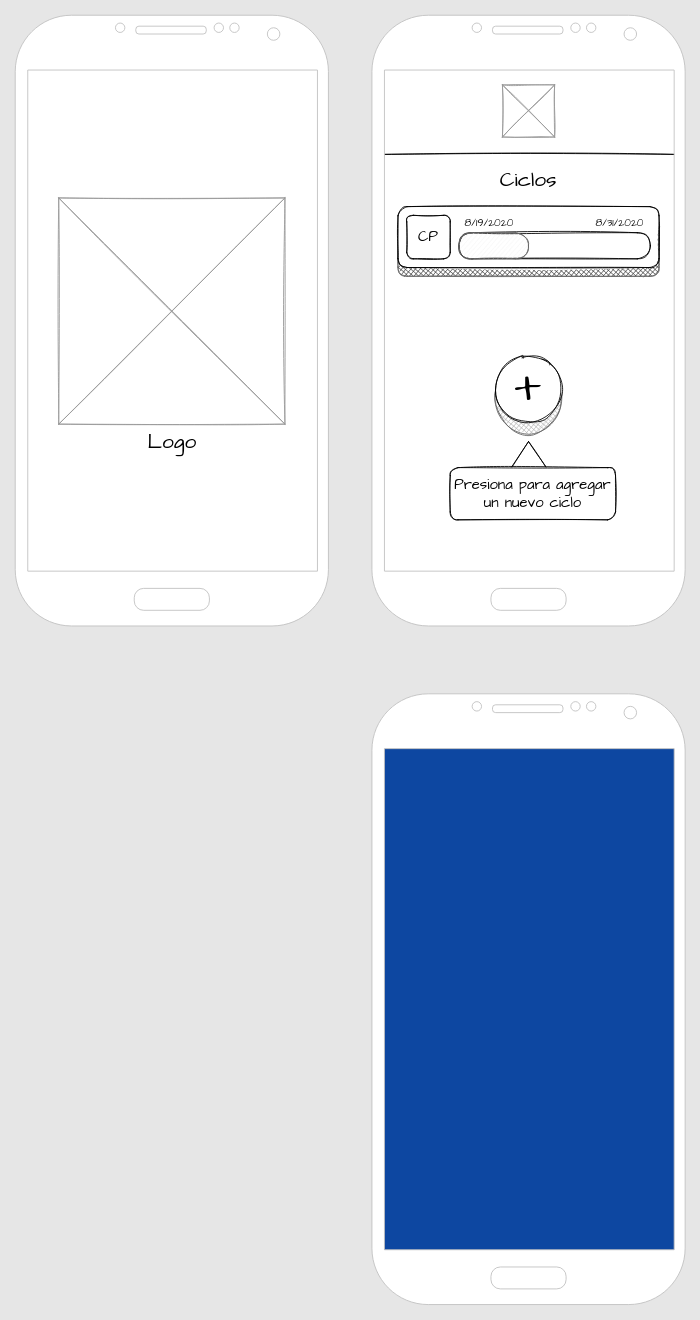
GoldenCodeRam/Hantel keeps this draw.io diagram as graphics/mockups.drawio. Above is the earlier version. Source tidied: cells renumbered, new cells numbered last; positions are measured from the earlier drawing's top-left corner, leaving out a move shared by most shapes. Both pictures are drawn from the tidied source at 87%, with x=0, y=0 at pixel (15, 15).
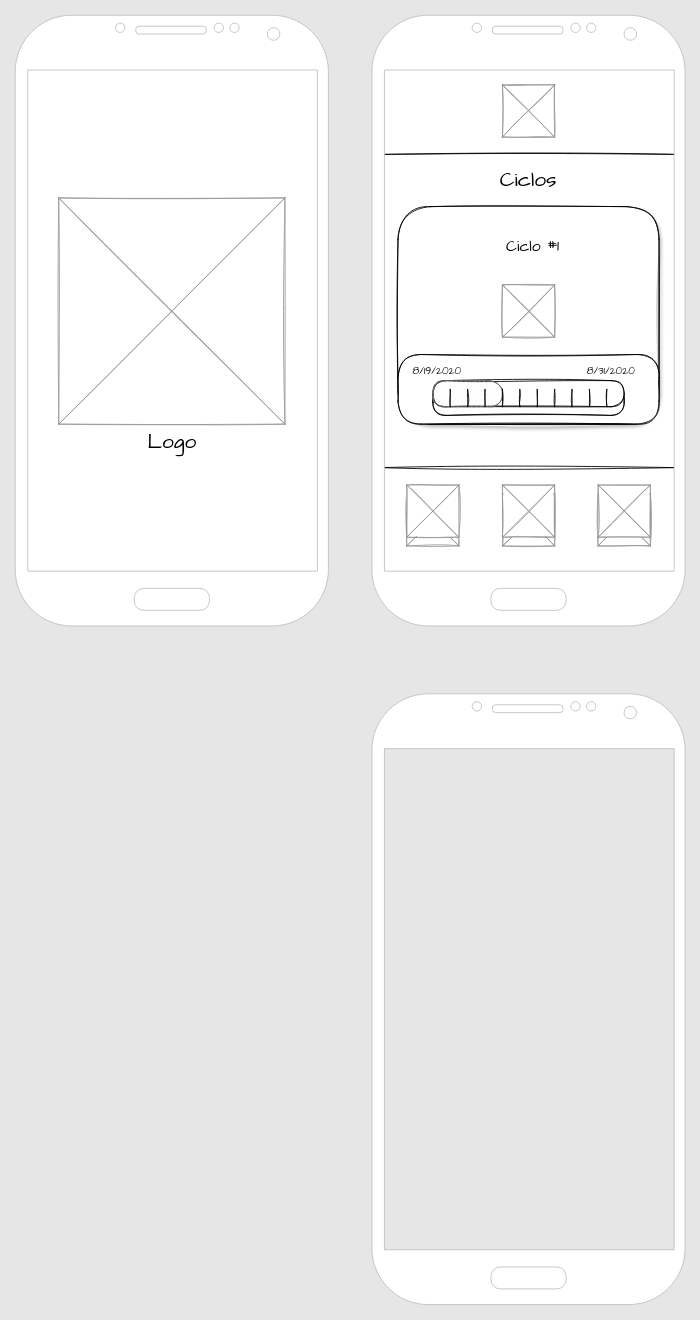
The same page after the edit.

What changed in the source:
```diff
@@
-    <mxCell id="3" style="rounded=1;whiteSpace=wrap;html=1;shadow=0;sketch=1;fontFamily=Comic Sans MS;fontSize=17;fontColor=#333333;strokeColor=#666666;fillColor=#333333;fillStyle=cross-hatch;" parent="1" vertex="1">
-      <mxGeometry x="440" y="230" width="300" height="70" as="geometry" />
-    </mxCell>
+    <mxCell id="14" style="rounded=1;whiteSpace=wrap;html=1;shadow=1;sketch=1;strokeColor=#000000;fontFamily=Comic Sans MS;fontSize=17;fillStyle=solid;" parent="1" vertex="1">
+      <mxGeometry x="440" y="220" width="300" height="250" as="geometry" />
+    </mxCell>
+    <mxCell id="24" style="rounded=1;whiteSpace=wrap;html=1;shadow=0;fillColor=#ffffff;gradientColor=none;sketch=1;arcSize=33;" parent="1" vertex="1">
+      <mxGeometry x="440" y="390" width="300" height="80" as="geometry" />
+    </mxCell>
+    <mxCell id="25" style="rounded=1;whiteSpace=wrap;html=1;shadow=0;sketch=1;strokeColor=#000000;fillColor=#ffffff;fontFamily=Comic Sans MS;fontSize=17;arcSize=50;" parent="1" vertex="1">
+      <mxGeometry x="480" y="430" width="220" height="30" as="geometry" />
+    </mxCell>
@@
-    <mxCell id="5" style="rounded=0;whiteSpace=wrap;html=1;strokeColor=none;fillColor=#0d47a1;" parent="1" vertex="1">
-      <mxGeometry x="420" y="840" width="340" height="580" as="geometry" />
-    </mxCell>
@@
-    <mxCell id="10" style="ellipse;whiteSpace=wrap;html=1;shadow=0;sketch=1;fontFamily=Comic Sans MS;fontSize=60;spacingBottom=7;strokeColor=#666666;fontColor=#333333;fillStyle=cross-hatch;fillColor=#B3B3B3;" parent="1" vertex="1">
-      <mxGeometry x="550" y="400" width="80" height="80" as="geometry" />
-    </mxCell>
-    <mxCell id="11" value="+" style="ellipse;whiteSpace=wrap;html=1;shadow=0;sketch=1;strokeColor=#000000;fontFamily=Comic Sans MS;fontSize=60;spacingBottom=7;fillStyle=solid;" parent="1" vertex="1">
-      <mxGeometry x="550" y="390" width="80" height="80" as="geometry" />
-    </mxCell>
-    <mxCell id="12" style="triangle;whiteSpace=wrap;html=1;shadow=0;sketch=1;strokeColor=#000000;fillColor=none;fontFamily=Comic Sans MS;fontSize=60;rotation=-90;" parent="1" vertex="1">
-      <mxGeometry x="560" y="480" width="60" height="80" as="geometry" />
-    </mxCell>
-    <mxCell id="13" value="Presiona para agregar un nuevo ciclo" style="rounded=1;whiteSpace=wrap;html=1;shadow=0;sketch=1;strokeColor=#000000;fillColor=#ffffff;fontFamily=Comic Sans MS;fontSize=17;" parent="1" vertex="1">
-      <mxGeometry x="500" y="520" width="190" height="60" as="geometry" />
-    </mxCell>
-    <mxCell id="14" style="rounded=1;whiteSpace=wrap;html=1;shadow=0;sketch=1;strokeColor=#000000;fillColor=#ffffff;fontFamily=Comic Sans MS;fontSize=17;" parent="1" vertex="1">
-      <mxGeometry x="440" y="220" width="300" height="70" as="geometry" />
-    </mxCell>
     <mxCell id="15" style="rounded=1;whiteSpace=wrap;html=1;shadow=0;sketch=1;strokeColor=#000000;fillColor=#ffffff;fontFamily=Comic Sans MS;fontSize=17;arcSize=50;" parent="1" vertex="1">
-      <mxGeometry x="510" y="250" width="220" height="30" as="geometry" />
+      <mxGeometry x="480" y="420" width="220" height="30" as="geometry" />
     </mxCell>
-    <mxCell id="16" value="CP" style="rounded=1;whiteSpace=wrap;html=1;shadow=0;sketch=1;strokeColor=#000000;fillColor=#ffffff;fontFamily=Comic Sans MS;fontSize=17;" parent="1" vertex="1">
-      <mxGeometry x="450" y="230" width="50" height="50" as="geometry" />
-    </mxCell>
     <mxCell id="17" style="rounded=1;whiteSpace=wrap;html=1;shadow=0;sketch=1;strokeColor=#666666;fillColor=#f5f5f5;fontFamily=Comic Sans MS;fontSize=17;arcSize=50;fontColor=#333333;" parent="1" vertex="1">
-      <mxGeometry x="510" y="250" width="80" height="30" as="geometry" />
+      <mxGeometry x="480" y="420" width="80" height="30" as="geometry" />
     </mxCell>
     <mxCell id="18" value="8/19/2020" style="text;html=1;strokeColor=none;fillColor=none;align=center;verticalAlign=middle;whiteSpace=wrap;rounded=0;shadow=0;sketch=1;fontFamily=Comic Sans MS;fontSize=12;" parent="1" vertex="1">
-      <mxGeometry x="510" y="230" width="70" height="20" as="geometry" />
+      <mxGeometry x="450" y="400" width="70" height="20" as="geometry" />
     </mxCell>
     <mxCell id="19" value="8/31/2020" style="text;html=1;strokeColor=none;fillColor=none;align=center;verticalAlign=middle;whiteSpace=wrap;rounded=0;shadow=0;sketch=1;fontFamily=Comic Sans MS;fontSize=12;" parent="1" vertex="1">
-      <mxGeometry x="660" y="230" width="70" height="20" as="geometry" />
+      <mxGeometry x="650" y="400" width="70" height="20" as="geometry" />
     </mxCell>
+    <mxCell id="26" style="endArrow=none;html=1;sketch=1;" parent="1" edge="1">
+      <mxGeometry relative="1" as="geometry">
+        <mxPoint x="500" y="450" as="sourcePoint" />
+        <mxPoint x="500" y="430" as="targetPoint" />
+      </mxGeometry>
+    </mxCell>
+    <mxCell id="27" style="endArrow=none;html=1;sketch=1;" parent="1" edge="1">
+      <mxGeometry relative="1" as="geometry">
+        <mxPoint x="520" y="450" as="sourcePoint" />
+        <mxPoint x="520" y="430" as="targetPoint" />
+      </mxGeometry>
+    </mxCell>
+    <mxCell id="28" style="endArrow=none;html=1;sketch=1;" parent="1" edge="1">
+      <mxGeometry relative="1" as="geometry">
+        <mxPoint x="540" y="450" as="sourcePoint" />
+        <mxPoint x="540" y="430" as="targetPoint" />
+      </mxGeometry>
+    </mxCell>
+    <mxCell id="29" style="endArrow=none;html=1;sketch=1;" parent="1" edge="1">
+      <mxGeometry relative="1" as="geometry">
+        <mxPoint x="560" y="450" as="sourcePoint" />
+        <mxPoint x="560" y="430" as="targetPoint" />
+      </mxGeometry>
+    </mxCell>
+    <mxCell id="30" style="endArrow=none;html=1;sketch=1;" parent="1" edge="1">
+      <mxGeometry relative="1" as="geometry">
+        <mxPoint x="580" y="450" as="sourcePoint" />
+        <mxPoint x="580" y="430" as="targetPoint" />
+      </mxGeometry>
+    </mxCell>
+    <mxCell id="31" style="endArrow=none;html=1;sketch=1;" parent="1" edge="1">
+      <mxGeometry relative="1" as="geometry">
+        <mxPoint x="600" y="450" as="sourcePoint" />
+        <mxPoint x="600" y="430" as="targetPoint" />
+      </mxGeometry>
+    </mxCell>
+    <mxCell id="32" style="endArrow=none;html=1;sketch=1;" parent="1" edge="1">
+      <mxGeometry relative="1" as="geometry">
+        <mxPoint x="620" y="450" as="sourcePoint" />
+        <mxPoint x="620" y="430" as="targetPoint" />
+      </mxGeometry>
+    </mxCell>
+    <mxCell id="33" style="endArrow=none;html=1;sketch=1;" parent="1" edge="1">
+      <mxGeometry relative="1" as="geometry">
+        <mxPoint x="640" y="450" as="sourcePoint" />
+        <mxPoint x="640" y="430" as="targetPoint" />
+      </mxGeometry>
+    </mxCell>
+    <mxCell id="34" style="endArrow=none;html=1;sketch=1;" parent="1" edge="1">
+      <mxGeometry relative="1" as="geometry">
+        <mxPoint x="660" y="450" as="sourcePoint" />
+        <mxPoint x="660" y="430" as="targetPoint" />
+      </mxGeometry>
+    </mxCell>
+    <mxCell id="35" style="endArrow=none;html=1;sketch=1;" parent="1" edge="1">
+      <mxGeometry relative="1" as="geometry">
+        <mxPoint x="680" y="450" as="sourcePoint" />
+        <mxPoint x="680" y="430" as="targetPoint" />
+      </mxGeometry>
+    </mxCell>
+    <mxCell id="36" style="endArrow=none;html=1;sketch=1;" parent="1" edge="1">
+      <mxGeometry relative="1" as="geometry">
+        <mxPoint x="420" y="520" as="sourcePoint" />
+        <mxPoint x="760" y="520" as="targetPoint" />
+      </mxGeometry>
+    </mxCell>
+    <mxCell id="37" style="verticalLabelPosition=bottom;shadow=0;dashed=0;align=center;html=1;verticalAlign=top;strokeWidth=1;shape=mxgraph.mockup.graphics.simpleIcon;strokeColor=#999999;sketch=1;" parent="1" vertex="1">
+      <mxGeometry x="450" y="550" width="60" height="60" as="geometry" />
+    </mxCell>
+    <mxCell id="38" style="verticalLabelPosition=bottom;shadow=0;dashed=0;align=center;html=1;verticalAlign=top;strokeWidth=1;shape=mxgraph.mockup.graphics.simpleIcon;strokeColor=#999999;sketch=1;" parent="1" vertex="1">
+      <mxGeometry x="450" y="540" width="60" height="60" as="geometry" />
+    </mxCell>
+    <mxCell id="39" style="verticalLabelPosition=bottom;shadow=0;dashed=0;align=center;html=1;verticalAlign=top;strokeWidth=1;shape=mxgraph.mockup.graphics.simpleIcon;strokeColor=#999999;sketch=1;" parent="1" vertex="1">
+      <mxGeometry x="560" y="550" width="60" height="60" as="geometry" />
+    </mxCell>
+    <mxCell id="40" style="verticalLabelPosition=bottom;shadow=0;dashed=0;align=center;html=1;verticalAlign=top;strokeWidth=1;shape=mxgraph.mockup.graphics.simpleIcon;strokeColor=#999999;sketch=1;" parent="1" vertex="1">
+      <mxGeometry x="560" y="540" width="60" height="60" as="geometry" />
+    </mxCell>
+    <mxCell id="41" style="verticalLabelPosition=bottom;shadow=0;dashed=0;align=center;html=1;verticalAlign=top;strokeWidth=1;shape=mxgraph.mockup.graphics.simpleIcon;strokeColor=#999999;sketch=1;" parent="1" vertex="1">
+      <mxGeometry x="670" y="550" width="60" height="60" as="geometry" />
+    </mxCell>
+    <mxCell id="42" style="verticalLabelPosition=bottom;shadow=0;dashed=0;align=center;html=1;verticalAlign=top;strokeWidth=1;shape=mxgraph.mockup.graphics.simpleIcon;strokeColor=#999999;sketch=1;" parent="1" vertex="1">
+      <mxGeometry x="670" y="540" width="60" height="60" as="geometry" />
+    </mxCell>
+    <mxCell id="43" value="&lt;font face=&quot;Comic Sans MS&quot; style=&quot;font-size: 18px&quot;&gt;Ciclo #1&lt;/font&gt;" style="text;html=1;strokeColor=none;fillColor=none;align=center;verticalAlign=middle;whiteSpace=wrap;rounded=0;shadow=1;" parent="1" vertex="1">
+      <mxGeometry x="470" y="240" width="250" height="50" as="geometry" />
+    </mxCell>
+    <mxCell id="44" style="verticalLabelPosition=bottom;shadow=0;dashed=0;align=center;html=1;verticalAlign=top;strokeWidth=1;shape=mxgraph.mockup.graphics.simpleIcon;strokeColor=#999999;sketch=1;" parent="1" vertex="1">
+      <mxGeometry x="560" y="310" width="60" height="60" as="geometry" />
+    </mxCell>
```
